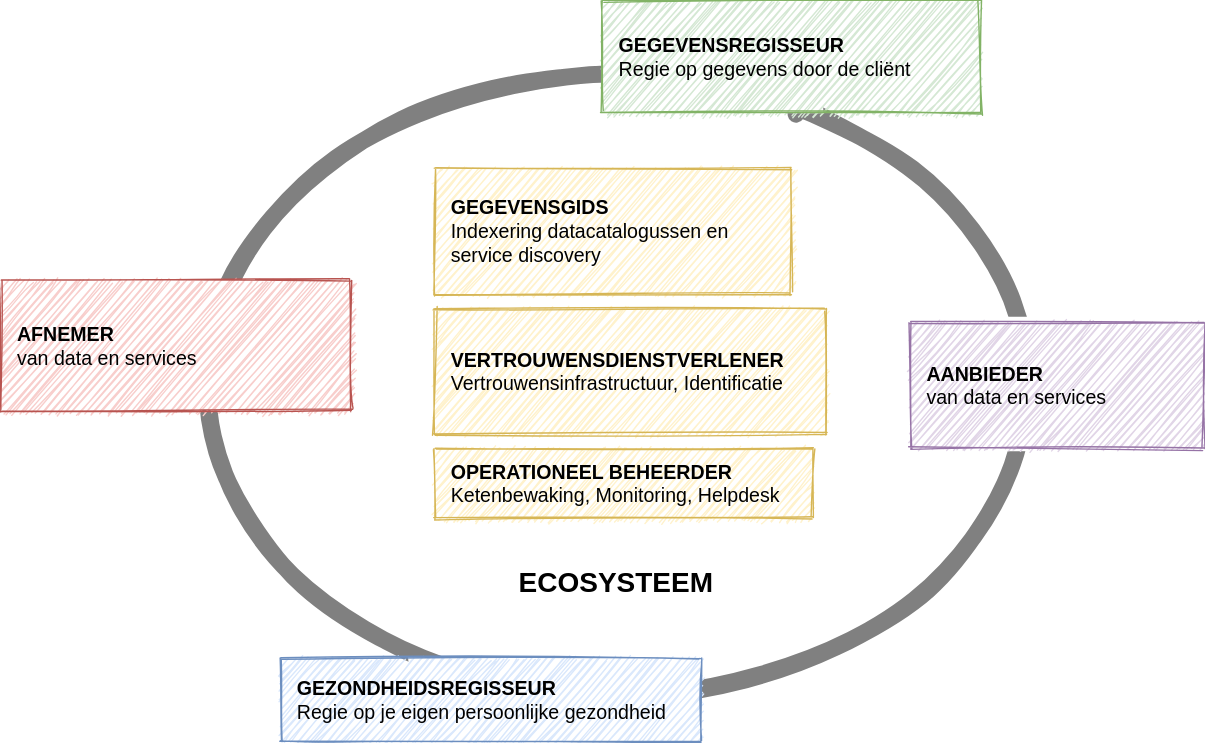
The draw.io diagram .gitbook/assets/technology/actors.svg in dizra/docs, before a commit. Source tidied: cells renumbered, new cells last; positions are measured from the earlier drawing's top-left corner, leaving out a move shared by most shapes.
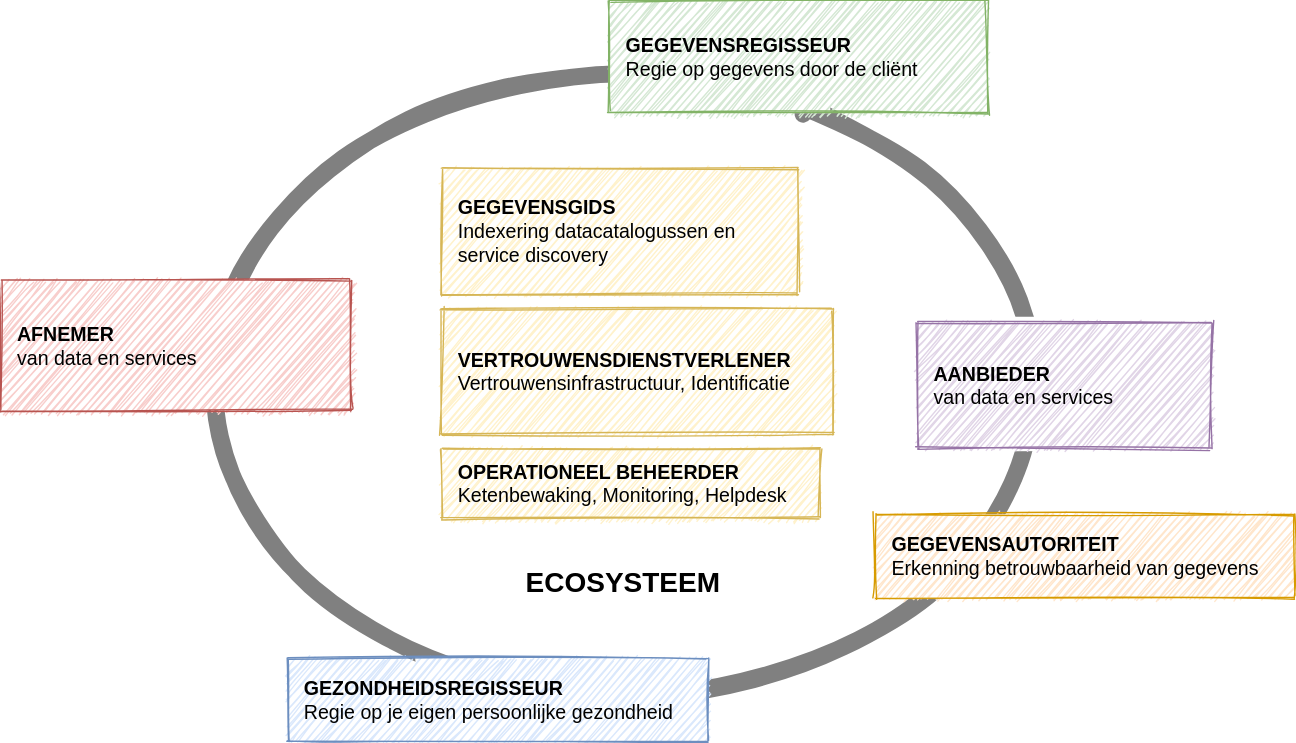
The same file after the commit.

Commit message:
Gegevensautoriteit toegevoegd

The edit, as a diff of the source:
```diff
@@ -5,6 +5,9 @@
     <mxCell id="2" value="ECOSYSTEEM" style="ellipse;whiteSpace=wrap;html=1;verticalAlign=bottom;spacingBottom=60;fontSize=20;fontStyle=1;strokeWidth=12;fillColor=none;strokeColor=#808080;sketch=1;perimeterSpacing=0;" parent="1" vertex="1">
       <mxGeometry x="150" y="81" width="580" height="430" as="geometry" />
     </mxCell>
+    <mxCell id="14" style="rounded=0;whiteSpace=wrap;html=1;strokeColor=none;" parent="1" vertex="1">
+      <mxGeometry x="630" y="388" width="120" height="60" as="geometry" />
+    </mxCell>
     <mxCell id="3" value="&lt;b&gt;OPERATIONEEL BEHEERDER&lt;br&gt;&lt;/b&gt;Ketenbewaking, Monitoring, Helpdesk&amp;nbsp;" style="rounded=0;whiteSpace=wrap;html=1;fillColor=#fff2cc;strokeColor=#d6b656;fontSize=14;align=left;spacingLeft=10;sketch=1;fillStyle=auto;" parent="1" vertex="1">
       <mxGeometry x="310" y="341" width="270" height="50" as="geometry" />
     </mxCell>
@@ -18,7 +21,7 @@
       <mxGeometry x="140" y="221" width="40" height="93" as="geometry" />
     </mxCell>
     <mxCell id="7" value="&lt;b&gt;AFNEMER&lt;/b&gt;&lt;br&gt;van data en services" style="rounded=0;whiteSpace=wrap;html=1;fontSize=14;verticalAlign=middle;fillColor=#f8cecc;strokeColor=#b85450;glass=0;sketch=1;fillStyle=auto;align=left;spacingLeft=10;" parent="1" vertex="1">
-      <mxGeometry y="221" width="250" height="93" as="geometry" />
+      <mxGeometry x="-5" y="221" width="250" height="93" as="geometry" />
     </mxCell>
     <mxCell id="8" style="rounded=0;whiteSpace=wrap;html=1;fontSize=14;verticalAlign=middle;glass=0;sketch=1;fillStyle=solid;align=left;spacingLeft=10;strokeColor=none;rotation=90;" parent="1" vertex="1">
       <mxGeometry x="487.3" y="-0.3" width="42" height="157.5" as="geometry" />
@@ -38,5 +41,8 @@
     <mxCell id="13" value="&lt;b&gt;GEZONDHEIDSREGISSEUR&lt;/b&gt;&lt;br&gt;Regie op je eigen persoonlijke gezondheid" style="rounded=0;whiteSpace=wrap;html=1;fillColor=#dae8fc;strokeColor=#6c8ebf;fontSize=14;align=left;spacingLeft=10;sketch=1;fillStyle=auto;" parent="1" vertex="1">
       <mxGeometry x="200" y="491" width="300" height="60" as="geometry" />
     </mxCell>
+    <mxCell id="15" value="&lt;b&gt;GEGEVENSAUTORITEIT&lt;br&gt;&lt;/b&gt;Erkenning betrouwbaarheid van gegevens" style="rounded=0;whiteSpace=wrap;html=1;fillColor=#ffe6cc;strokeColor=#d79b00;fontSize=14;align=left;spacingLeft=10;sketch=1;fillStyle=auto;" parent="1" vertex="1">
+      <mxGeometry x="620" y="388" width="300" height="60" as="geometry" />
+    </mxCell>
   </root>
 </mxGraphModel>
```
